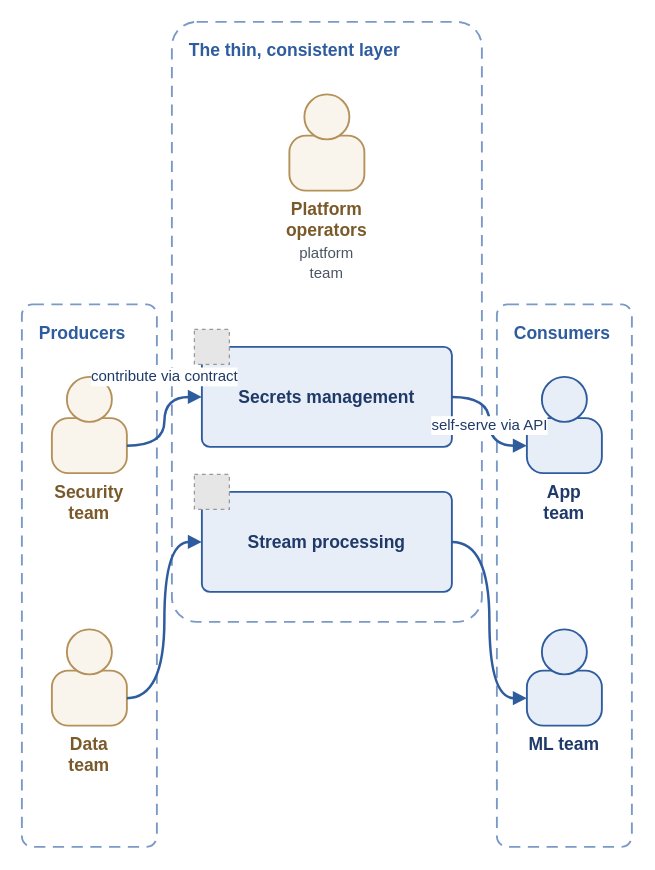
The draw.io diagram diagrams/ecosystem-roles.drawio in missBerg/platform-capabilities, before the edit. Source tidied: cells renumbered, new cells numbered last; positions are measured from the earlier drawing's top-left corner, leaving out a move shared by most shapes. Both pictures are drawn from the tidied source at 125%, with x=0, y=0 at pixel (21, 21). Pictures stored in the file or linked from it are replaced by grey dashed boxes.
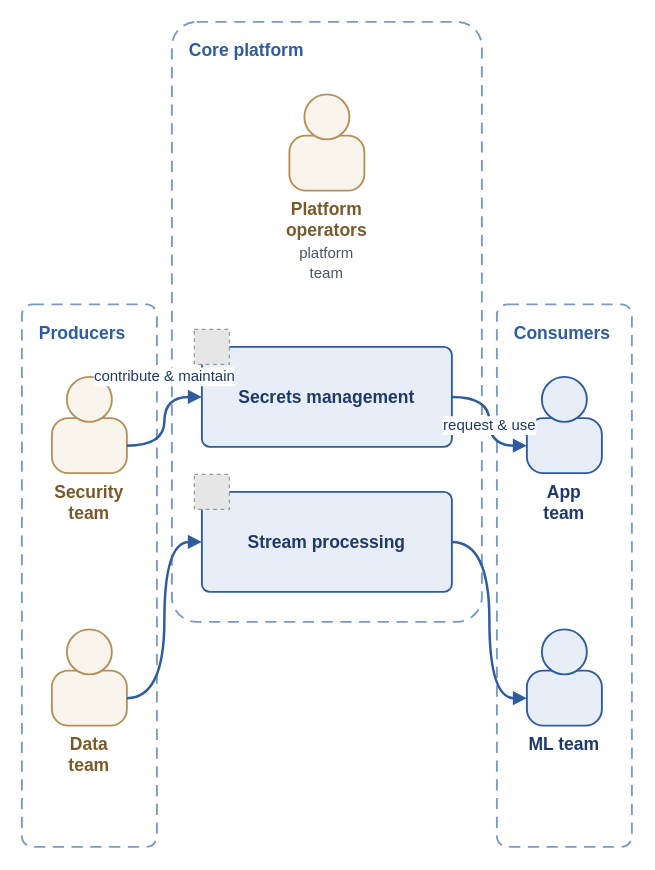
The same page after the edit.

Unchanged cells that the change refers to:
```xml
<mxCell id="5" value="&lt;b&gt;Security team&lt;/b&gt;" style="rounded=1;whiteSpace=wrap;html=1;arcSize=30;fillColor=#FAF5EC;strokeColor=#B5915A;strokeWidth=1.5;fontColor=#7A5A2A;fontFamily=Helvetica;fontSize=14;verticalLabelPosition=bottom;verticalAlign=top;labelPosition=center;align=center;shadow=0;" parent="1" vertex="1">
  <mxGeometry x="24" y="317" width="60" height="44" as="geometry" />
</mxCell>
<mxCell id="11" value="&lt;b&gt;Secrets management&lt;/b&gt;" style="rounded=1;whiteSpace=wrap;html=1;arcSize=8;fillColor=#E8EEF7;strokeColor=#2E5C9E;strokeWidth=1.5;fontColor=#1F3A68;fontFamily=Helvetica;fontSize=14;align=center;verticalAlign=middle;shadow=0;" parent="1" vertex="1">
  <mxGeometry x="144" y="260" width="200" height="80" as="geometry" />
</mxCell>
<mxCell id="15" value="&lt;b&gt;App team&lt;/b&gt;" style="rounded=1;whiteSpace=wrap;html=1;arcSize=30;fillColor=#E8EEF7;strokeColor=#2E5C9E;strokeWidth=1.5;fontColor=#1F3A68;fontFamily=Helvetica;fontSize=14;verticalLabelPosition=bottom;verticalAlign=top;labelPosition=center;align=center;shadow=0;" parent="1" vertex="1">
  <mxGeometry x="404" y="317" width="60" height="44" as="geometry" />
</mxCell>
```

The edit, as a diff of the source:
```diff
@@
-    <mxCell id="3" value="&lt;b&gt;The thin, consistent layer&lt;/b&gt;" style="rounded=1;whiteSpace=wrap;html=1;arcSize=8;fillColor=none;strokeColor=#7A99C7;strokeWidth=1.5;fontColor=#2E5C9E;fontFamily=Helvetica;fontSize=14;align=left;verticalAlign=top;dashed=1;dashPattern=6 4;spacingLeft=12;spacingTop=8;shadow=0;" parent="1" vertex="1">
+    <mxCell id="3" value="&lt;b&gt;Core platform&lt;/b&gt;" style="rounded=1;whiteSpace=wrap;html=1;arcSize=8;fillColor=none;strokeColor=#7A99C7;strokeWidth=1.5;fontColor=#2E5C9E;fontFamily=Helvetica;fontSize=14;align=left;verticalAlign=top;dashed=1;dashPattern=6 4;spacingLeft=12;spacingTop=8;shadow=0;" parent="1" vertex="1">
       <mxGeometry x="120" width="248" height="480" as="geometry" />
     </mxCell>
@@
-    <mxCell id="19" value="contribute via contract" style="edgeStyle=orthogonalEdgeStyle;endArrow=block;html=1;rounded=0;strokeColor=#2E5C9E;strokeWidth=2;fontColor=#1F3A68;fontFamily=Helvetica;fontSize=12;endFill=1;curved=1;exitX=1;exitY=0.5;exitDx=0;exitDy=0;entryX=0;entryY=0.5;entryDx=0;entryDy=0;" parent="1" edge="1" source="5" target="11">
+    <mxCell id="19" value="contribute &amp;amp; maintain" style="edgeStyle=orthogonalEdgeStyle;endArrow=block;html=1;rounded=0;strokeColor=#2E5C9E;strokeWidth=2;fontColor=#1F3A68;fontFamily=Helvetica;fontSize=12;endFill=1;curved=1;exitX=1;exitY=0.5;exitDx=0;exitDy=0;entryX=0;entryY=0.5;entryDx=0;entryDy=0;" parent="1" edge="1" source="5" target="11">
       <mxGeometry x="0.4" relative="1" as="geometry">
         <mxPoint y="-16" as="offset" />
       </mxGeometry>
     </mxCell>
@@
-    <mxCell id="21" value="self-serve via API" style="edgeStyle=orthogonalEdgeStyle;endArrow=block;html=1;rounded=0;strokeColor=#2E5C9E;strokeWidth=2;fontColor=#1F3A68;fontFamily=Helvetica;fontSize=12;endFill=1;curved=1;exitX=1;exitY=0.5;exitDx=0;exitDy=0;entryX=0;entryY=0.5;entryDx=0;entryDy=0;" parent="1" edge="1" source="11" target="15">
+    <mxCell id="21" value="request &amp;amp; use" style="edgeStyle=orthogonalEdgeStyle;endArrow=block;html=1;rounded=0;strokeColor=#2E5C9E;strokeWidth=2;fontColor=#1F3A68;fontFamily=Helvetica;fontSize=12;endFill=1;curved=1;exitX=1;exitY=0.5;exitDx=0;exitDy=0;entryX=0;entryY=0.5;entryDx=0;entryDy=0;" parent="1" edge="1" source="11" target="15">
       <mxGeometry x="0.4" relative="1" as="geometry">
         <mxPoint y="-16" as="offset" />
       </mxGeometry>
     </mxCell>
```
